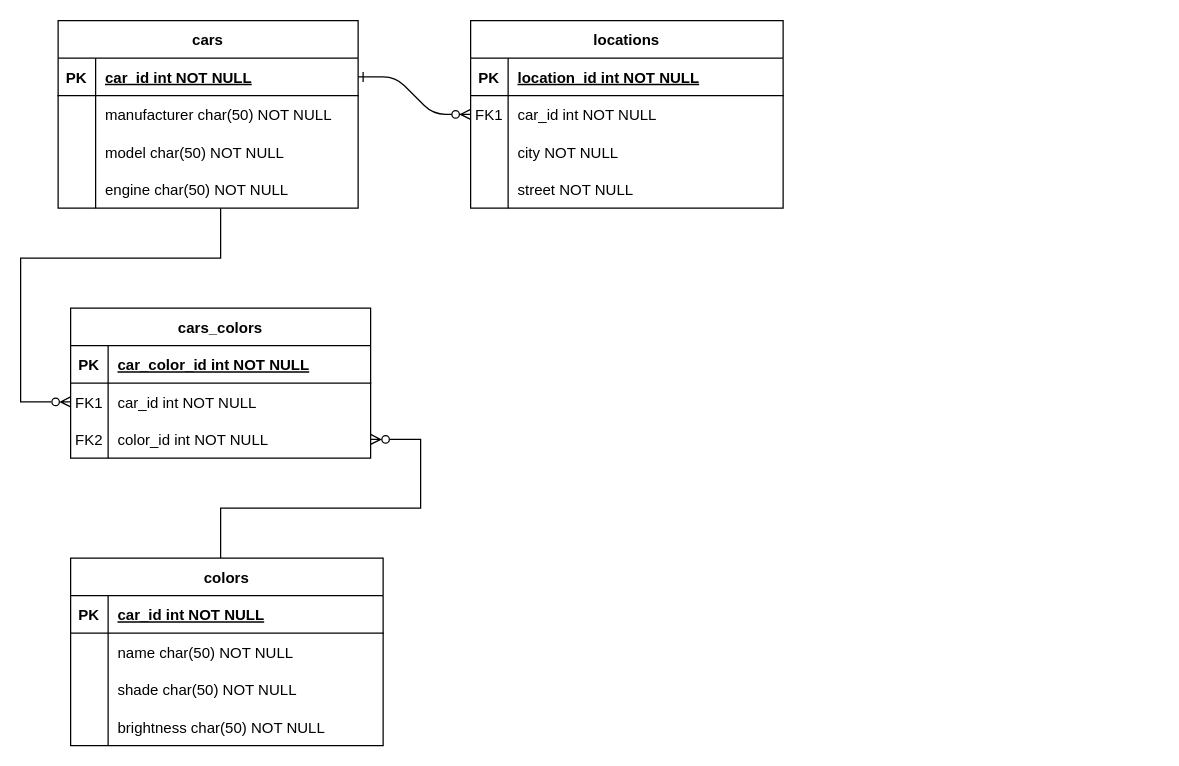
Earlier version of the draw.io diagram ERD/nestjs-entity-demo.drawio.xml (kseventech/nestjs-entity-demo). Source tidied: cells renumbered, new cells numbered last; positions are measured from the earlier drawing's top-left corner, leaving out a move shared by most shapes. Both pictures are drawn from the tidied source at 125%, with x=0, y=0 at pixel (20, 20).
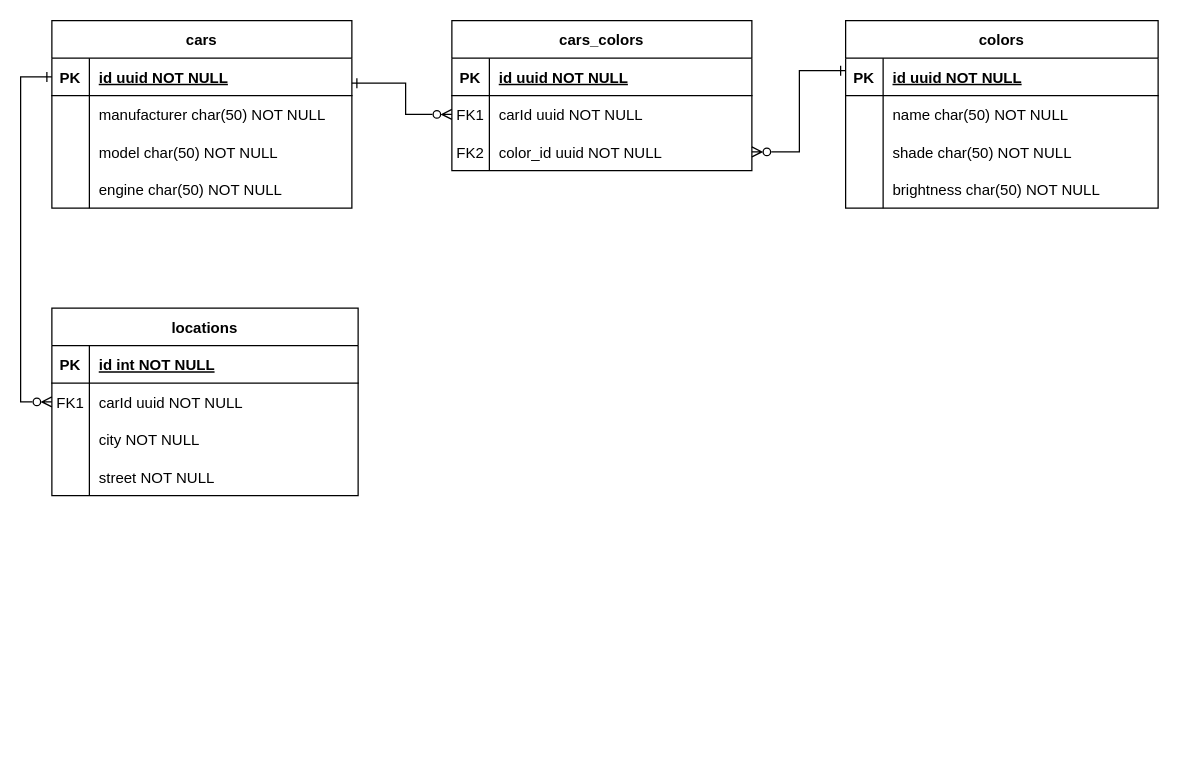
Above is the later version.

The change refers to these unchanged cells:
```xml
<mxCell id="18" style="shape=partialRectangle;fillColor=none;points=[[0,0.5],[1,0.5]];portConstraint=eastwest;top=0;left=0;right=0;bottom=1;" parent="17" vertex="1">
  <mxGeometry y="30" width="240" height="30" as="geometry" />
</mxCell>
<mxCell id="31" style="shape=partialRectangle;fillColor=none;top=0;left=0;right=0;bottom=1;" parent="30" vertex="1">
  <mxGeometry y="30" width="240" height="30" as="geometry" />
</mxCell>
<mxCell id="34" style="shape=partialRectangle;fillColor=none;points=[[0,0.5],[1,0.5]];portConstraint=eastwest;top=0;left=0;right=0;bottom=0;" parent="30" vertex="1">
  <mxGeometry y="60" width="240" height="30" as="geometry" />
</mxCell>
<mxCell id="37" style="shape=partialRectangle;fillColor=none;points=[[0,0.5],[1,0.5]];portConstraint=eastwest;top=0;left=0;right=0;bottom=0;" parent="30" vertex="1">
  <mxGeometry y="90" width="240" height="30" as="geometry" />
</mxCell>
<mxCell id="42" style="shape=partialRectangle;fillColor=none;top=0;left=0;right=0;bottom=1;" parent="41" vertex="1">
  <mxGeometry y="30" width="250" height="30" as="geometry" />
</mxCell>
```

The edit, as a diff of the source:
```diff
@@
-    <mxCell id="2" style="edgeStyle=entityRelationEdgeStyle;endArrow=ERzeroToMany;startArrow=ERone;endFill=1;startFill=0;" parent="1" edge="1" source="18" target="7">
-      <mxGeometry relative="1" as="geometry" />
-    </mxCell>
     <mxCell id="3" value="locations" style="shape=table;startSize=30;childLayout=tableLayout;rowLines=0;fontStyle=1;align=center;" parent="1" vertex="1">
-      <mxGeometry x="360" width="250" height="150" as="geometry" />
+      <mxGeometry x="25" y="230" width="245" height="150" as="geometry" />
     </mxCell>
     <mxCell id="4" style="shape=partialRectangle;fillColor=none;top=0;left=0;right=0;bottom=1;" parent="3" vertex="1">
-      <mxGeometry y="30" width="250" height="30" as="geometry" />
+      <mxGeometry y="30" width="245" height="30" as="geometry" />
     </mxCell>
@@
-    <mxCell id="6" value="location_id int NOT NULL " style="shape=partialRectangle;overflow=hidden;fillColor=none;top=0;left=0;bottom=0;right=0;align=left;spacingLeft=6;fontStyle=5;" parent="4" vertex="1">
-      <mxGeometry x="30" width="220" height="30" as="geometry" />
+    <mxCell id="6" value="id int NOT NULL " style="shape=partialRectangle;overflow=hidden;fillColor=none;top=0;left=0;bottom=0;right=0;align=left;spacingLeft=6;fontStyle=5;" parent="4" vertex="1">
+      <mxGeometry x="30" width="215" height="30" as="geometry" />
     </mxCell>
     <mxCell id="7" style="shape=partialRectangle;fillColor=none;points=[[0,0.5],[1,0.5]];portConstraint=eastwest;top=0;left=0;right=0;bottom=0;" parent="3" vertex="1">
-      <mxGeometry y="60" width="250" height="30" as="geometry" />
+      <mxGeometry y="60" width="245" height="30" as="geometry" />
     </mxCell>
@@
-    <mxCell id="9" value="car_id int NOT NULL" style="shape=partialRectangle;overflow=hidden;fillColor=none;top=0;left=0;bottom=0;right=0;align=left;spacingLeft=6;" parent="7" vertex="1">
-      <mxGeometry x="30" width="220" height="30" as="geometry" />
+    <mxCell id="9" value="carId uuid NOT NULL" style="shape=partialRectangle;overflow=hidden;fillColor=none;top=0;left=0;bottom=0;right=0;align=left;spacingLeft=6;" parent="7" vertex="1">
+      <mxGeometry x="30" width="215" height="30" as="geometry" />
     </mxCell>
     <mxCell id="10" style="shape=partialRectangle;fillColor=none;top=0;left=0;right=0;bottom=0;" parent="3" vertex="1">
-      <mxGeometry y="90" width="250" height="30" as="geometry" />
+      <mxGeometry y="90" width="245" height="30" as="geometry" />
     </mxCell>
@@
     <mxCell id="12" value="city NOT NULL" style="shape=partialRectangle;overflow=hidden;fillColor=none;top=0;left=0;bottom=0;right=0;align=left;spacingLeft=6;" parent="10" vertex="1">
-      <mxGeometry x="30" width="220" height="30" as="geometry" />
+      <mxGeometry x="30" width="215" height="30" as="geometry" />
     </mxCell>
     <mxCell id="13" style="shape=partialRectangle;fillColor=none;top=0;left=0;right=0;bottom=0;" parent="3" vertex="1">
-      <mxGeometry y="120" width="250" height="30" as="geometry" />
+      <mxGeometry y="120" width="245" height="30" as="geometry" />
     </mxCell>
@@
     <mxCell id="15" value="street NOT NULL" style="shape=partialRectangle;overflow=hidden;fillColor=none;top=0;left=0;bottom=0;right=0;align=left;spacingLeft=6;" parent="13" vertex="1">
-      <mxGeometry x="30" width="220" height="30" as="geometry" />
+      <mxGeometry x="30" width="215" height="30" as="geometry" />
     </mxCell>
-    <mxCell id="16" style="edgeStyle=orthogonalEdgeStyle;rounded=0;jettySize=auto;html=1;endArrow=ERzeroToMany;endFill=0;" parent="1" edge="1" source="17" target="34">
+    <mxCell id="16" style="edgeStyle=orthogonalEdgeStyle;rounded=0;jettySize=auto;html=1;endArrow=ERzeroToMany;endFill=0;startArrow=ERone;startFill=0;" parent="1" edge="1" source="17" target="34">
       <mxGeometry relative="1" as="geometry">
         <Array as="points">
-          <mxPoint x="160" y="190" />
-          <mxPoint y="190" />
-          <mxPoint y="305" />
+          <mxPoint x="308" y="50" />
+          <mxPoint x="308" y="75" />
         </Array>
       </mxGeometry>
     </mxCell>
     <mxCell id="17" value="cars" style="shape=table;startSize=30;childLayout=tableLayout;rowLines=0;fontStyle=1;align=center;" parent="1" vertex="1">
-      <mxGeometry x="30" width="240" height="150" as="geometry" />
+      <mxGeometry x="25" width="240" height="150" as="geometry" />
     </mxCell>
@@
-    <mxCell id="20" value="car_id int NOT NULL " style="shape=partialRectangle;overflow=hidden;fillColor=none;top=0;left=0;bottom=0;right=0;align=left;spacingLeft=6;fontStyle=5;" parent="18" vertex="1">
+    <mxCell id="20" value="id uuid NOT NULL " style="shape=partialRectangle;overflow=hidden;fillColor=none;top=0;left=0;bottom=0;right=0;align=left;spacingLeft=6;fontStyle=5;" parent="18" vertex="1">
       <mxGeometry x="30" width="210" height="30" as="geometry" />
     </mxCell>
@@
     <mxCell id="30" value="cars_colors" style="shape=table;startSize=30;childLayout=tableLayout;rowLines=0;fontStyle=1;align=center;" parent="1" vertex="1">
-      <mxGeometry x="40" y="230" width="240" height="120" as="geometry" />
+      <mxGeometry x="345" width="240" height="120" as="geometry" />
     </mxCell>
@@
-    <mxCell id="33" value="car_color_id int NOT NULL " style="shape=partialRectangle;overflow=hidden;fillColor=none;top=0;left=0;bottom=0;right=0;align=left;spacingLeft=6;fontStyle=5;" parent="31" vertex="1">
+    <mxCell id="33" value="id uuid NOT NULL " style="shape=partialRectangle;overflow=hidden;fillColor=none;top=0;left=0;bottom=0;right=0;align=left;spacingLeft=6;fontStyle=5;" parent="31" vertex="1">
       <mxGeometry x="30" width="210" height="30" as="geometry" />
     </mxCell>
@@
-    <mxCell id="36" value="car_id int NOT NULL" style="shape=partialRectangle;overflow=hidden;fillColor=none;top=0;left=0;bottom=0;right=0;align=left;spacingLeft=6;" parent="34" vertex="1">
+    <mxCell id="36" value="carId uuid NOT NULL" style="shape=partialRectangle;overflow=hidden;fillColor=none;top=0;left=0;bottom=0;right=0;align=left;spacingLeft=6;" parent="34" vertex="1">
       <mxGeometry x="30" width="210" height="30" as="geometry" />
     </mxCell>
@@
-    <mxCell id="39" value="color_id int NOT NULL" style="shape=partialRectangle;overflow=hidden;fillColor=none;top=0;left=0;bottom=0;right=0;align=left;spacingLeft=6;" parent="37" vertex="1">
+    <mxCell id="39" value="color_id uuid NOT NULL" style="shape=partialRectangle;overflow=hidden;fillColor=none;top=0;left=0;bottom=0;right=0;align=left;spacingLeft=6;" parent="37" vertex="1">
       <mxGeometry x="30" width="210" height="30" as="geometry" />
     </mxCell>
-    <mxCell id="40" style="edgeStyle=orthogonalEdgeStyle;rounded=0;jettySize=auto;html=1;endArrow=ERzeroToMany;endFill=0;" parent="1" edge="1" source="41" target="37">
+    <mxCell id="40" style="edgeStyle=orthogonalEdgeStyle;rounded=0;jettySize=auto;html=1;endArrow=ERzeroToMany;endFill=0;startArrow=ERone;startFill=0;" parent="1" edge="1" source="41" target="37">
       <mxGeometry relative="1" as="geometry">
         <Array as="points">
-          <mxPoint x="160" y="390" />
-          <mxPoint x="320" y="390" />
-          <mxPoint x="320" y="335" />
+          <mxPoint x="660" y="40" />
+          <mxPoint x="623" y="40" />
+          <mxPoint x="623" y="105" />
         </Array>
       </mxGeometry>
     </mxCell>
     <mxCell id="41" value="colors" style="shape=table;startSize=30;childLayout=tableLayout;rowLines=0;fontStyle=1;align=center;" parent="1" vertex="1">
-      <mxGeometry x="40" y="430" width="250" height="150" as="geometry" />
+      <mxGeometry x="660" width="250" height="150" as="geometry" />
     </mxCell>
@@
-    <mxCell id="44" value="car_id int NOT NULL " style="shape=partialRectangle;overflow=hidden;fillColor=none;top=0;left=0;bottom=0;right=0;align=left;spacingLeft=6;fontStyle=5;" parent="42" vertex="1">
+    <mxCell id="44" value="id uuid NOT NULL " style="shape=partialRectangle;overflow=hidden;fillColor=none;top=0;left=0;bottom=0;right=0;align=left;spacingLeft=6;fontStyle=5;" parent="42" vertex="1">
       <mxGeometry x="30" width="220" height="30" as="geometry" />
     </mxCell>
@@
+    <mxCell id="54" style="endArrow=ERone;html=1;rounded=0;endFill=0;entryX=0;entryY=0.5;entryDx=0;entryDy=0;exitX=0;exitY=0.5;exitDx=0;exitDy=0;startArrow=ERzeroToMany;startFill=0;" parent="1" edge="1" source="7" target="18">
+      <mxGeometry relative="1" as="geometry">
+        <Array as="points">
+          <mxPoint y="305" />
+          <mxPoint y="45" />
+        </Array>
+      </mxGeometry>
+    </mxCell>
```
